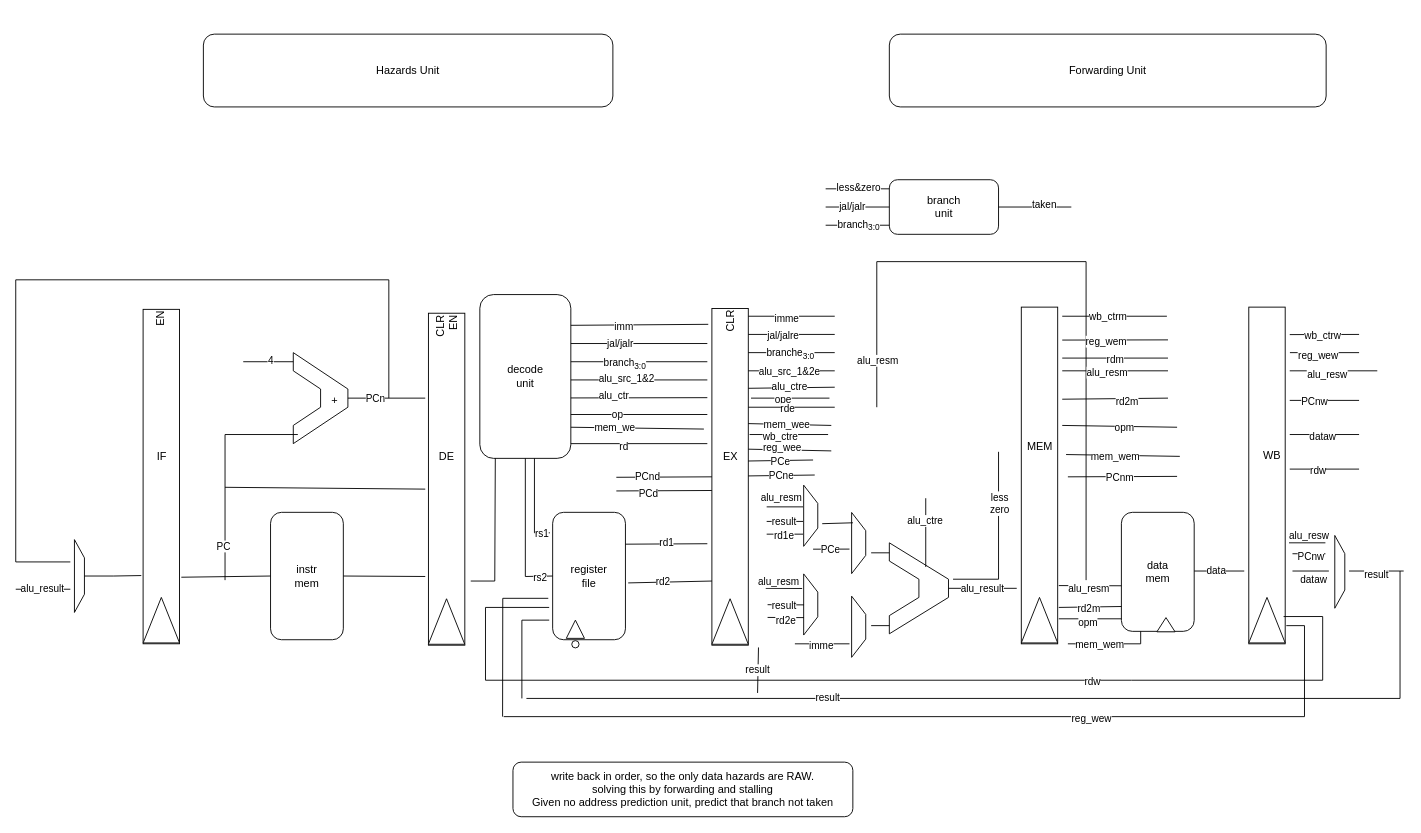
Above: Schematic.drawio in kanosukii/rvcore_5stages (draw.io), before the change. Source tidied: cells renumbered, new cells numbered last; positions are measured from the earlier drawing's top-left corner, leaving out a move shared by most shapes. Both pictures are drawn from the tidied source at 91%, with x=0, y=0 at pixel (-6, 34).
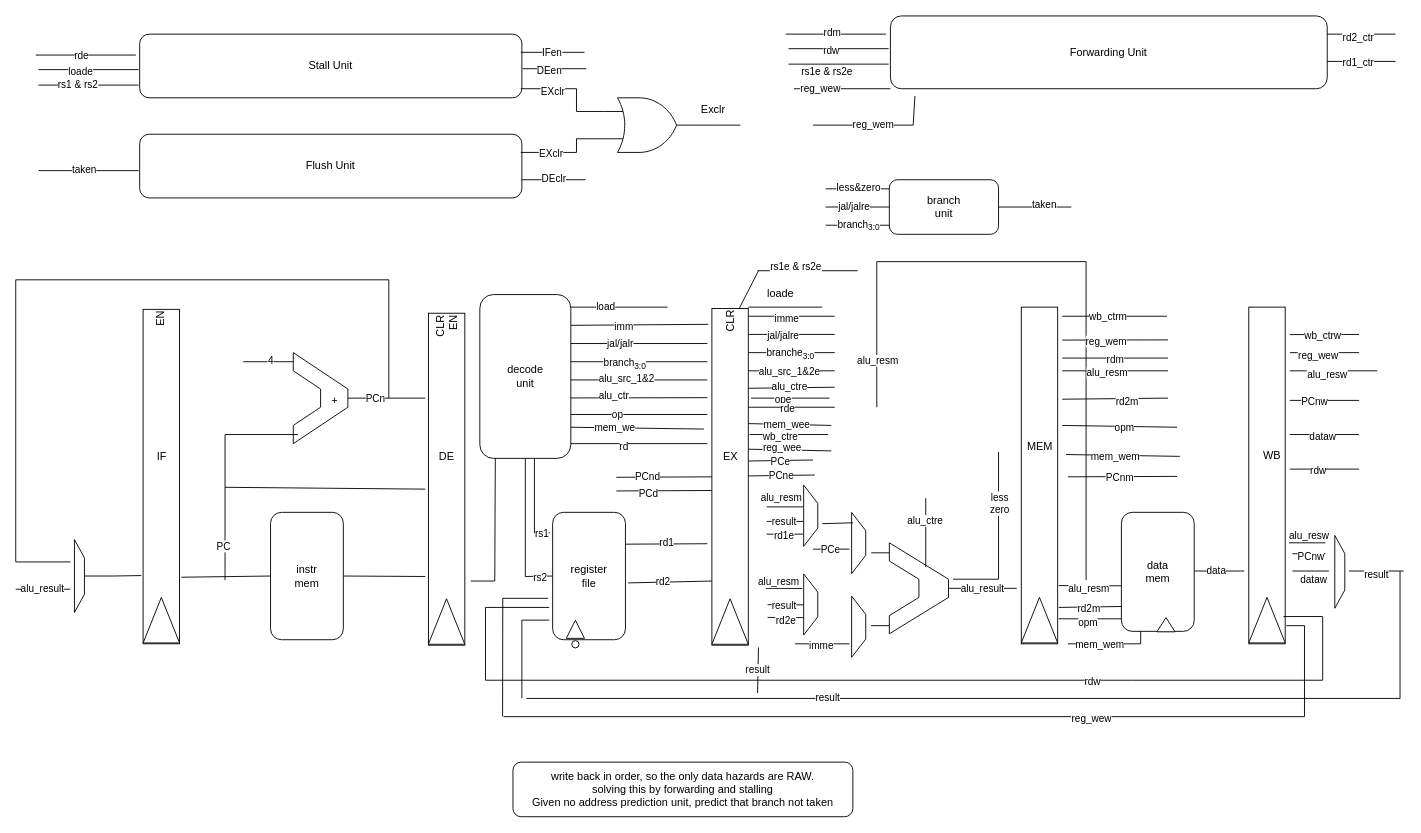
Above is the later version.

Unchanged cells that the change refers to:
```xml
<mxCell id="9" value="&lt;div&gt;CLR&lt;/div&gt;" style="rounded=0;whiteSpace=wrap;html=1;rotation=-90;align=right;" parent="1" vertex="1">
  <mxGeometry x="623.8" y="466.5" width="370" height="40" as="geometry" />
</mxCell>
<mxCell id="78" style="endArrow=none;html=1;rounded=0;" parent="1" edge="1">
  <mxGeometry relative="1" as="geometry">
    <mxPoint x="913.8" y="190" as="sourcePoint" />
    <mxPoint x="983.8" y="190" as="targetPoint" />
  </mxGeometry>
</mxCell>
```

What changed in the source:
```diff
@@
-    <mxCell id="79" value="jal/jalr" style="edgeLabel;html=1;align=center;verticalAlign=middle;" parent="78" vertex="1">
-      <mxGeometry x="-0.17" y="1" relative="1" as="geometry" />
-    </mxCell>
+    <mxCell id="204" value="jal/jalre" style="edgeLabel;html=1;align=center;verticalAlign=middle;" parent="78" vertex="1">
+      <mxGeometry x="-0.11" y="1" relative="1" as="geometry" />
+    </mxCell>
@@
     <mxCell id="202" value="Forwarding Unit" style="rounded=1;whiteSpace=wrap;html=1;" parent="1" vertex="1">
-      <mxGeometry x="983.8" width="480" height="80" as="geometry" />
+      <mxGeometry x="985" y="-20" width="480" height="80" as="geometry" />
     </mxCell>
-    <mxCell id="203" value="Hazards Unit" style="rounded=1;whiteSpace=wrap;html=1;" parent="1" vertex="1">
-      <mxGeometry x="230" width="450" height="80" as="geometry" />
+    <mxCell id="203" value="Stall Unit" style="rounded=1;whiteSpace=wrap;html=1;" parent="1" vertex="1">
+      <mxGeometry x="160" width="420" height="70" as="geometry" />
     </mxCell>
+    <mxCell id="205" style="endArrow=none;html=1;rounded=0;" parent="1" edge="1">
+      <mxGeometry relative="1" as="geometry">
+        <mxPoint x="870" as="sourcePoint" />
+        <mxPoint x="980" as="targetPoint" />
+      </mxGeometry>
+    </mxCell>
+    <mxCell id="206" value="rdm" style="edgeLabel;html=1;align=center;verticalAlign=middle;" parent="205" vertex="1">
+      <mxGeometry x="-0.09" y="2" relative="1" as="geometry" />
+    </mxCell>
+    <mxCell id="207" style="endArrow=none;html=1;rounded=0;" parent="1" edge="1">
+      <mxGeometry relative="1" as="geometry">
+        <mxPoint x="873" y="16" as="sourcePoint" />
+        <mxPoint x="983" y="16" as="targetPoint" />
+      </mxGeometry>
+    </mxCell>
+    <mxCell id="208" value="rdw" style="edgeLabel;html=1;align=center;verticalAlign=middle;" parent="207" vertex="1">
+      <mxGeometry x="-0.16" y="-1" relative="1" as="geometry" />
+    </mxCell>
+    <mxCell id="209" style="endArrow=none;html=1;rounded=0;" parent="1" edge="1">
+      <mxGeometry relative="1" as="geometry">
+        <mxPoint x="873" y="33" as="sourcePoint" />
+        <mxPoint x="983" y="33" as="targetPoint" />
+      </mxGeometry>
+    </mxCell>
+    <mxCell id="210" value="rs1e &amp;amp; rs2e" style="edgeLabel;html=1;align=center;verticalAlign=middle;" parent="209" vertex="1">
+      <mxGeometry x="-0.25" y="-7" relative="1" as="geometry" />
+    </mxCell>
+    <mxCell id="211" style="endArrow=none;html=1;rounded=0;" parent="1" edge="1">
+      <mxGeometry relative="1" as="geometry">
+        <mxPoint x="1465" as="sourcePoint" />
+        <mxPoint x="1540" as="targetPoint" />
+      </mxGeometry>
+    </mxCell>
+    <mxCell id="212" value="rd2_ctr" style="edgeLabel;html=1;align=center;verticalAlign=middle;" parent="211" vertex="1">
+      <mxGeometry x="-0.12" y="-3" relative="1" as="geometry" />
+    </mxCell>
+    <mxCell id="213" style="endArrow=none;html=1;rounded=0;" parent="1" edge="1">
+      <mxGeometry relative="1" as="geometry">
+        <mxPoint x="1465" y="30" as="sourcePoint" />
+        <mxPoint x="1540" y="30" as="targetPoint" />
+      </mxGeometry>
+    </mxCell>
+    <mxCell id="214" value="rd1_ctr" style="edgeLabel;html=1;align=center;verticalAlign=middle;" parent="213" vertex="1">
+      <mxGeometry x="-0.12" relative="1" as="geometry" />
+    </mxCell>
+    <mxCell id="215" style="endArrow=none;html=1;rounded=0;" parent="1" edge="1">
+      <mxGeometry relative="1" as="geometry">
+        <mxPoint x="45.8" y="23" as="sourcePoint" />
+        <mxPoint x="155.8" y="23" as="targetPoint" />
+      </mxGeometry>
+    </mxCell>
+    <mxCell id="216" value="rde" style="edgeLabel;html=1;align=center;verticalAlign=middle;" parent="215" vertex="1">
+      <mxGeometry x="-0.1" relative="1" as="geometry" />
+    </mxCell>
+    <mxCell id="217" style="endArrow=none;html=1;rounded=0;" parent="1" edge="1">
+      <mxGeometry relative="1" as="geometry">
+        <mxPoint x="48.8" y="39" as="sourcePoint" />
+        <mxPoint x="158.8" y="39" as="targetPoint" />
+      </mxGeometry>
+    </mxCell>
+    <mxCell id="218" value="loade" style="edgeLabel;html=1;align=center;verticalAlign=middle;" parent="217" vertex="1">
+      <mxGeometry x="-0.34" y="-1" relative="1" as="geometry">
+        <mxPoint x="10" as="offset" />
+      </mxGeometry>
+    </mxCell>
+    <mxCell id="219" style="endArrow=none;html=1;rounded=0;" parent="1" edge="1">
+      <mxGeometry relative="1" as="geometry">
+        <mxPoint x="48.8" y="56" as="sourcePoint" />
+        <mxPoint x="158.8" y="56" as="targetPoint" />
+      </mxGeometry>
+    </mxCell>
+    <mxCell id="220" value="rs1 &amp;amp; rs2" style="edgeLabel;html=1;align=center;verticalAlign=middle;" parent="219" vertex="1">
+      <mxGeometry x="-0.22" y="1" relative="1" as="geometry" />
+    </mxCell>
+    <mxCell id="221" value="Flush Unit" style="rounded=1;whiteSpace=wrap;html=1;" parent="1" vertex="1">
+      <mxGeometry x="160" y="110" width="420" height="70" as="geometry" />
+    </mxCell>
+    <mxCell id="222" style="endArrow=none;html=1;rounded=0;" parent="1" edge="1">
+      <mxGeometry relative="1" as="geometry">
+        <mxPoint x="48.8" y="150" as="sourcePoint" />
+        <mxPoint x="158.8" y="150" as="targetPoint" />
+      </mxGeometry>
+    </mxCell>
+    <mxCell id="223" value="taken" style="edgeLabel;html=1;align=center;verticalAlign=middle;" parent="222" vertex="1">
+      <mxGeometry x="-0.09" y="2" relative="1" as="geometry" />
+    </mxCell>
+    <mxCell id="224" style="endArrow=none;html=1;rounded=0;" parent="1" edge="1">
+      <mxGeometry relative="1" as="geometry">
+        <mxPoint x="633.8" y="300" as="sourcePoint" />
+        <mxPoint x="740" y="300" as="targetPoint" />
+      </mxGeometry>
+    </mxCell>
+    <mxCell id="225" value="load" style="edgeLabel;html=1;align=center;verticalAlign=middle;" parent="224" vertex="1">
+      <mxGeometry x="-0.28" y="1" relative="1" as="geometry" />
+    </mxCell>
+    <mxCell id="226" style="endArrow=none;html=1;rounded=0;" parent="1" edge="1">
+      <mxGeometry relative="1" as="geometry">
+        <mxPoint x="828.8" y="300" as="sourcePoint" />
+        <mxPoint x="910" y="300" as="targetPoint" />
+      </mxGeometry>
+    </mxCell>
+    <mxCell id="227" value="loade" style="text;html=1;align=center;verticalAlign=middle;strokeColor=none;fillColor=none;" parent="1" vertex="1">
+      <mxGeometry x="839" y="270" width="50" height="30" as="geometry" />
+    </mxCell>
+    <mxCell id="228" style="endArrow=none;html=1;rounded=0;" parent="1" edge="1">
+      <mxGeometry relative="1" as="geometry">
+        <mxPoint x="578.8" y="20" as="sourcePoint" />
+        <mxPoint x="648.8" y="20" as="targetPoint" />
+      </mxGeometry>
+    </mxCell>
+    <mxCell id="229" value="IFen" style="edgeLabel;html=1;align=center;verticalAlign=middle;" parent="228" vertex="1">
+      <mxGeometry x="-0.02" relative="1" as="geometry" />
+    </mxCell>
+    <mxCell id="230" style="endArrow=none;html=1;rounded=0;" parent="1" edge="1">
+      <mxGeometry relative="1" as="geometry">
+        <mxPoint x="580.8" y="38" as="sourcePoint" />
+        <mxPoint x="650.8" y="38" as="targetPoint" />
+      </mxGeometry>
+    </mxCell>
+    <mxCell id="231" value="DEen" style="edgeLabel;html=1;align=center;verticalAlign=middle;" parent="230" vertex="1">
+      <mxGeometry x="-0.16" y="-1" relative="1" as="geometry" />
+    </mxCell>
+    <mxCell id="232" style="endArrow=none;html=1;rounded=0;" parent="1" edge="1">
+      <mxGeometry relative="1" as="geometry">
+        <mxPoint x="580" y="160" as="sourcePoint" />
+        <mxPoint x="650" y="160" as="targetPoint" />
+      </mxGeometry>
+    </mxCell>
+    <mxCell id="233" value="DEclr" style="edgeLabel;html=1;align=center;verticalAlign=middle;" parent="232" vertex="1">
+      <mxGeometry x="-0.03" y="2" relative="1" as="geometry" />
+    </mxCell>
+    <mxCell id="234" style="endArrow=none;html=1;rounded=0;entryX=0;entryY=0.75;entryDx=0;entryDy=0;entryPerimeter=0;" parent="1" edge="1" target="239">
+      <mxGeometry relative="1" as="geometry">
+        <mxPoint x="578.8" y="130" as="sourcePoint" />
+        <Array as="points">
+          <mxPoint x="640" y="130" />
+          <mxPoint x="640" y="115" />
+        </Array>
+      </mxGeometry>
+    </mxCell>
+    <mxCell id="235" value="EXclr" style="edgeLabel;html=1;align=center;verticalAlign=middle;" parent="234" vertex="1">
+      <mxGeometry x="-0.06" y="-1" relative="1" as="geometry">
+        <mxPoint x="-17" as="offset" />
+      </mxGeometry>
+    </mxCell>
+    <mxCell id="236" style="endArrow=none;html=1;rounded=0;entryX=0;entryY=0.25;entryDx=0;entryDy=0;entryPerimeter=0;" parent="1" edge="1" target="239">
+      <mxGeometry relative="1" as="geometry">
+        <mxPoint x="578.8" y="60" as="sourcePoint" />
+        <Array as="points">
+          <mxPoint x="640" y="60" />
+          <mxPoint x="640" y="85" />
+        </Array>
+      </mxGeometry>
+    </mxCell>
+    <mxCell id="237" value="EXclr" style="edgeLabel;html=1;align=center;verticalAlign=middle;" parent="236" vertex="1">
+      <mxGeometry x="-0.05" y="-2" relative="1" as="geometry">
+        <mxPoint x="-20" as="offset" />
+      </mxGeometry>
+    </mxCell>
+    <mxCell id="238" style="edgeStyle=orthogonalEdgeStyle;rounded=0;jettySize=auto;html=1;exitX=1;exitY=0.5;exitDx=0;exitDy=0;exitPerimeter=0;endArrow=none;startFill=0;" parent="1" edge="1" source="239">
+      <mxGeometry relative="1" as="geometry">
+        <mxPoint x="820" y="100" as="targetPoint" />
+      </mxGeometry>
+    </mxCell>
+    <mxCell id="239" style="verticalLabelPosition=bottom;shadow=0;dashed=0;align=center;html=1;verticalAlign=top;shape=mxgraph.electrical.logic_gates.logic_gate;operation=or;" parent="1" vertex="1">
+      <mxGeometry x="670" y="70" width="100" height="60" as="geometry" />
+    </mxCell>
+    <mxCell id="240" value="Exclr" style="text;html=1;align=center;verticalAlign=middle;strokeColor=none;fillColor=none;" parent="1" vertex="1">
+      <mxGeometry x="765" y="68" width="50" height="30" as="geometry" />
+    </mxCell>
+    <mxCell id="241" style="endArrow=none;html=1;rounded=0;" parent="1" edge="1">
+      <mxGeometry relative="1" as="geometry">
+        <mxPoint x="839" y="260" as="sourcePoint" />
+        <mxPoint x="949" y="260" as="targetPoint" />
+      </mxGeometry>
+    </mxCell>
+    <mxCell id="242" value="rs1e &amp;amp; rs2e" style="edgeLabel;html=1;align=center;verticalAlign=middle;" parent="241" vertex="1">
+      <mxGeometry x="-0.25" y="-7" relative="1" as="geometry">
+        <mxPoint y="-12" as="offset" />
+      </mxGeometry>
+    </mxCell>
+    <mxCell id="243" style="endArrow=none;html=1;rounded=0;exitX=1;exitY=0.75;exitDx=0;exitDy=0;" parent="1" edge="1" source="9">
+      <mxGeometry relative="1" as="geometry">
+        <mxPoint x="840" y="260" as="targetPoint" />
+      </mxGeometry>
+    </mxCell>
+    <mxCell id="244" style="endArrow=none;html=1;rounded=0;entryX=0;entryY=1;entryDx=0;entryDy=0;" parent="1" edge="1" target="202">
+      <mxGeometry relative="1" as="geometry">
+        <mxPoint x="879" y="60" as="sourcePoint" />
+      </mxGeometry>
+    </mxCell>
+    <mxCell id="245" value="reg_wew" style="edgeLabel;html=1;align=center;verticalAlign=middle;" parent="244" vertex="1">
+      <mxGeometry x="-0.47" y="1" relative="1" as="geometry" />
+    </mxCell>
+    <mxCell id="246" style="endArrow=none;html=1;rounded=0;entryX=0.056;entryY=1.1;entryDx=0;entryDy=0;entryPerimeter=0;" parent="1" edge="1" target="202">
+      <mxGeometry relative="1" as="geometry">
+        <mxPoint x="900" y="100" as="sourcePoint" />
+        <Array as="points">
+          <mxPoint x="1010" y="100" />
+        </Array>
+      </mxGeometry>
+    </mxCell>
+    <mxCell id="247" value="reg_wem" style="edgeLabel;html=1;align=center;verticalAlign=middle;" parent="246" vertex="1">
+      <mxGeometry x="-0.08" y="1" relative="1" as="geometry" />
+    </mxCell>
```
